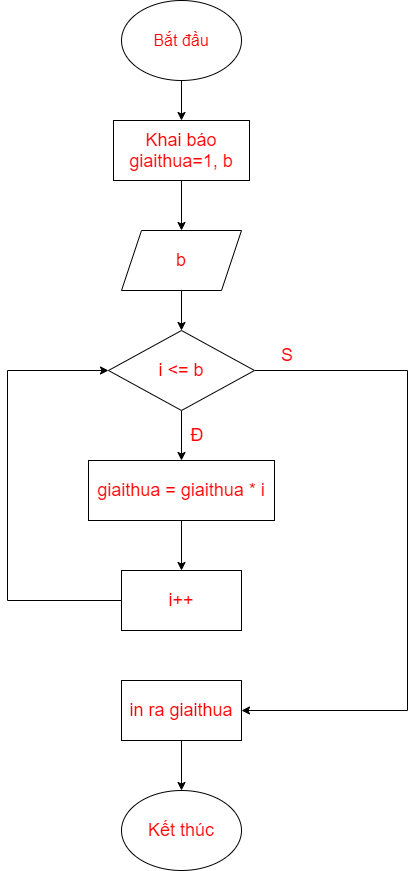
Above: lưu đồ bài 10.png in CorpseK/noobmaster69 (draw.io), before the change. Source tidied: cells renumbered, new cells last; positions are measured from the earlier drawing's top-left corner, leaving out a move shared by most shapes. Source of this version:
```xml
<mxGraphModel>
  <root>
    <mxCell id="0" />
    <mxCell id="1" parent="0" />
    <mxCell id="2" style="edgeStyle=orthogonalEdgeStyle;rounded=0;jettySize=auto;html=1;fontSize=18;fontColor=#FF0000;" parent="1" edge="1" source="3" target="5">
      <mxGeometry relative="1" as="geometry" />
    </mxCell>
    <mxCell id="3" value="&lt;font color=&quot;#ff0000&quot; size=&quot;3&quot;&gt;Bắt đầu&lt;/font&gt;" style="ellipse;whiteSpace=wrap;html=1;" parent="1" vertex="1">
      <mxGeometry x="114" width="120" height="80" as="geometry" />
    </mxCell>
    <mxCell id="4" style="edgeStyle=orthogonalEdgeStyle;rounded=0;jettySize=auto;html=1;fontSize=18;fontColor=#FF0000;" parent="1" edge="1" source="5" target="7">
      <mxGeometry relative="1" as="geometry" />
    </mxCell>
    <mxCell id="5" value="Khai báo giaithua=1, b" style="rounded=0;whiteSpace=wrap;html=1;fontSize=18;fontColor=#FF0000;" parent="1" vertex="1">
      <mxGeometry x="106" y="120" width="136" height="60" as="geometry" />
    </mxCell>
    <mxCell id="6" style="edgeStyle=orthogonalEdgeStyle;rounded=0;jettySize=auto;html=1;fontSize=18;fontColor=#FF0000;" parent="1" edge="1" source="7" target="10">
      <mxGeometry relative="1" as="geometry" />
    </mxCell>
    <mxCell id="7" value="b" style="shape=parallelogram;perimeter=parallelogramPerimeter;whiteSpace=wrap;html=1;fixedSize=1;fontSize=18;fontColor=#FF0000;" parent="1" vertex="1">
      <mxGeometry x="114" y="230" width="120" height="60" as="geometry" />
    </mxCell>
    <mxCell id="8" style="edgeStyle=orthogonalEdgeStyle;rounded=0;jettySize=auto;html=1;fontSize=18;fontColor=#FF0000;" parent="1" edge="1" source="10" target="13">
      <mxGeometry relative="1" as="geometry" />
    </mxCell>
    <mxCell id="9" style="edgeStyle=orthogonalEdgeStyle;rounded=0;jettySize=auto;html=1;exitX=1;exitY=0.5;exitDx=0;exitDy=0;fontSize=18;fontColor=#FF0000;entryX=1;entryY=0.5;entryDx=0;entryDy=0;" parent="1" edge="1" source="10" target="17">
      <mxGeometry relative="1" as="geometry">
        <Array as="points">
          <mxPoint x="400" y="370" />
          <mxPoint x="400" y="710" />
        </Array>
      </mxGeometry>
    </mxCell>
    <mxCell id="10" value="i &amp;lt;= b" style="rhombus;whiteSpace=wrap;html=1;fontSize=18;fontColor=#FF0000;" parent="1" vertex="1">
      <mxGeometry x="101" y="330" width="146" height="80" as="geometry" />
    </mxCell>
    <mxCell id="11" value="Đ" style="text;html=1;strokeColor=none;fillColor=none;align=center;verticalAlign=middle;whiteSpace=wrap;rounded=0;fontSize=18;fontColor=#FF0000;" parent="1" vertex="1">
      <mxGeometry x="160" y="420" width="60" height="30" as="geometry" />
    </mxCell>
    <mxCell id="12" style="edgeStyle=orthogonalEdgeStyle;rounded=0;jettySize=auto;html=1;fontSize=18;fontColor=#FF0000;" parent="1" edge="1" source="13" target="15">
      <mxGeometry relative="1" as="geometry" />
    </mxCell>
    <mxCell id="13" value="giaithua = giaithua * i" style="rounded=0;whiteSpace=wrap;html=1;fontSize=18;fontColor=#FF0000;" parent="1" vertex="1">
      <mxGeometry x="81" y="460" width="186" height="60" as="geometry" />
    </mxCell>
    <mxCell id="14" style="edgeStyle=orthogonalEdgeStyle;rounded=0;jettySize=auto;html=1;fontSize=18;fontColor=#FF0000;entryX=0;entryY=0.5;entryDx=0;entryDy=0;" parent="1" edge="1" source="15" target="10">
      <mxGeometry relative="1" as="geometry">
        <Array as="points">
          <mxPoint y="600" />
          <mxPoint y="370" />
        </Array>
      </mxGeometry>
    </mxCell>
    <mxCell id="15" value="i++" style="rounded=0;whiteSpace=wrap;html=1;fontSize=18;fontColor=#FF0000;" parent="1" vertex="1">
      <mxGeometry x="114" y="570" width="120" height="60" as="geometry" />
    </mxCell>
    <mxCell id="16" style="edgeStyle=orthogonalEdgeStyle;rounded=0;jettySize=auto;html=1;fontSize=18;fontColor=#FF0000;" parent="1" edge="1" source="17" target="19">
      <mxGeometry relative="1" as="geometry" />
    </mxCell>
    <mxCell id="17" value="in ra giaithua" style="rounded=0;whiteSpace=wrap;html=1;fontSize=18;fontColor=#FF0000;" parent="1" vertex="1">
      <mxGeometry x="114" y="680" width="120" height="60" as="geometry" />
    </mxCell>
    <mxCell id="18" value="S" style="text;html=1;strokeColor=none;fillColor=none;align=center;verticalAlign=middle;whiteSpace=wrap;rounded=0;fontSize=18;fontColor=#FF0000;" parent="1" vertex="1">
      <mxGeometry x="250" y="340" width="60" height="30" as="geometry" />
    </mxCell>
    <mxCell id="19" value="Kết thúc" style="ellipse;whiteSpace=wrap;html=1;fontSize=18;fontColor=#FF0000;" parent="1" vertex="1">
      <mxGeometry x="114" y="790" width="120" height="80" as="geometry" />
    </mxCell>
  </root>
</mxGraphModel>
```
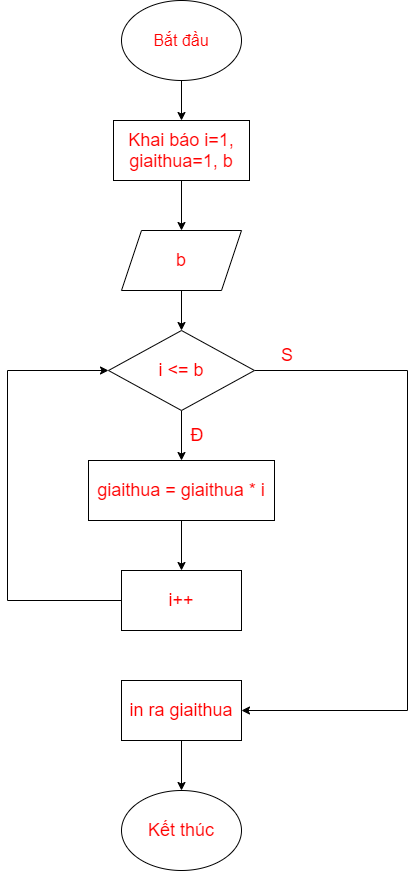
Above is the later version.

What changed in the source:
```diff
@@ -11,7 +11,7 @@
     <mxCell id="4" style="edgeStyle=orthogonalEdgeStyle;rounded=0;jettySize=auto;html=1;fontSize=18;fontColor=#FF0000;" parent="1" edge="1" source="5" target="7">
       <mxGeometry relative="1" as="geometry" />
     </mxCell>
-    <mxCell id="5" value="Khai báo giaithua=1, b" style="rounded=0;whiteSpace=wrap;html=1;fontSize=18;fontColor=#FF0000;" parent="1" vertex="1">
+    <mxCell id="5" value="Khai báo i=1, giaithua=1, b" style="rounded=0;whiteSpace=wrap;html=1;fontSize=18;fontColor=#FF0000;" parent="1" vertex="1">
       <mxGeometry x="106" y="120" width="136" height="60" as="geometry" />
     </mxCell>
     <mxCell id="6" style="edgeStyle=orthogonalEdgeStyle;rounded=0;jettySize=auto;html=1;fontSize=18;fontColor=#FF0000;" parent="1" edge="1" source="7" target="10">
```
